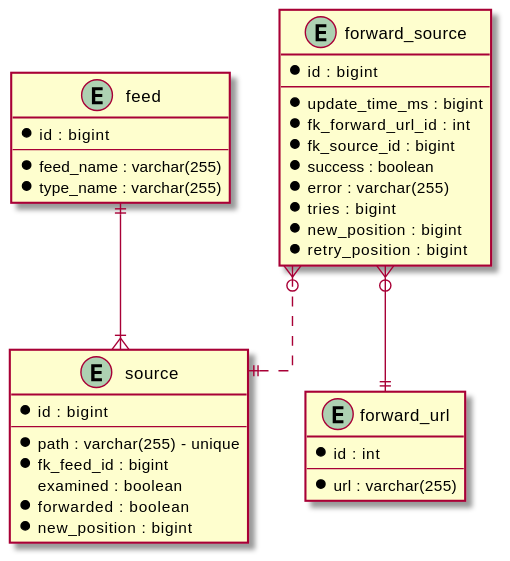
Above: stroom-proxy/stroom-proxy-app/doc/forward-stored-data-entity.svg in gchq/stroom (PlantUML), before the change.
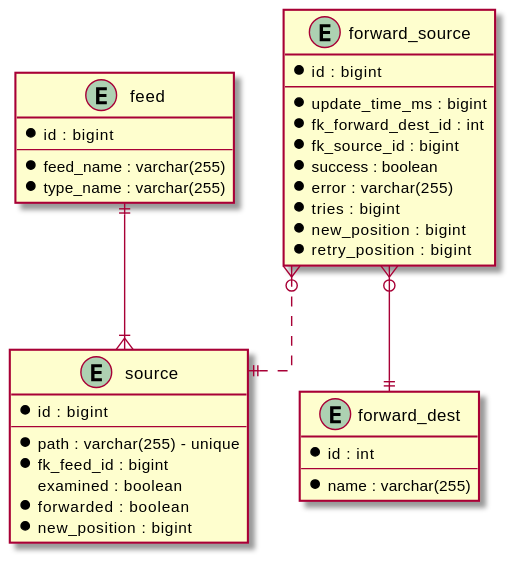
After the commit.

Diff of the diagram source:
```diff
@@ -19,17 +19,17 @@
   *new_position : bigint
 }
 
-entity forward_url {
+entity forward_dest {
   *id : int
   --
-  *url : varchar(255)
+  *name : varchar(255)
 }
 
 entity forward_source {
   *id : bigint
   --
   *update_time_ms : bigint
-  *fk_forward_url_id : int
+  *fk_forward_dest_id : int
   *fk_source_id : bigint
   *success : boolean
   *error : varchar(255)
@@ -40,7 +40,7 @@
 
 feed ||--|{ source
 
-forward_source }o--|| forward_url
+forward_source }o--|| forward_dest
 forward_source }o..|| source
 
 @enduml
```
